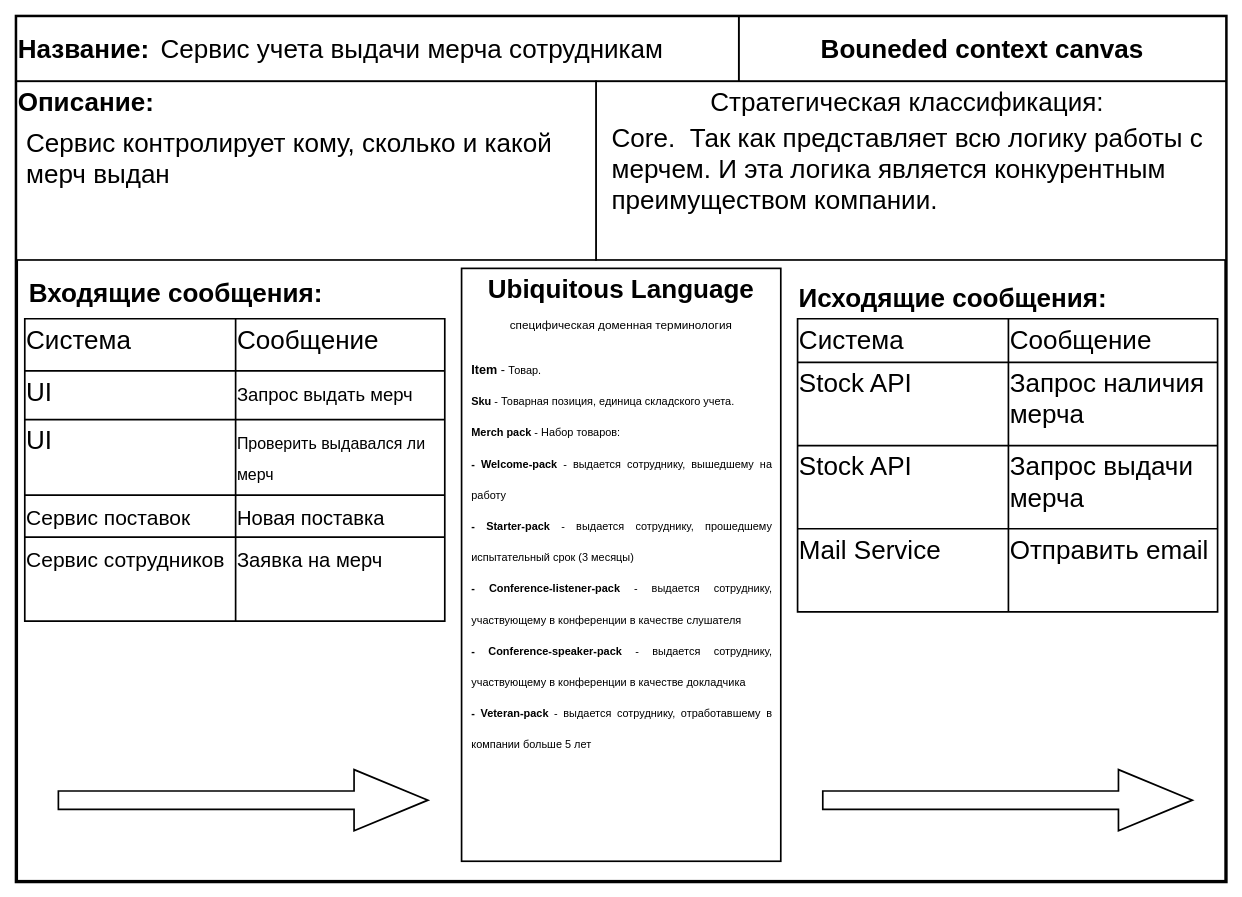
Earlier version of the draw.io diagram canvas.drawio (ozon-edu-csharp-2021/mkaverin). Source tidied: cells renumbered, new cells numbered last; positions are measured from the earlier drawing's top-left corner, leaving out a move shared by most shapes. Both pictures are drawn from the tidied source at 84%, with x=0, y=0 at pixel (16, 16).
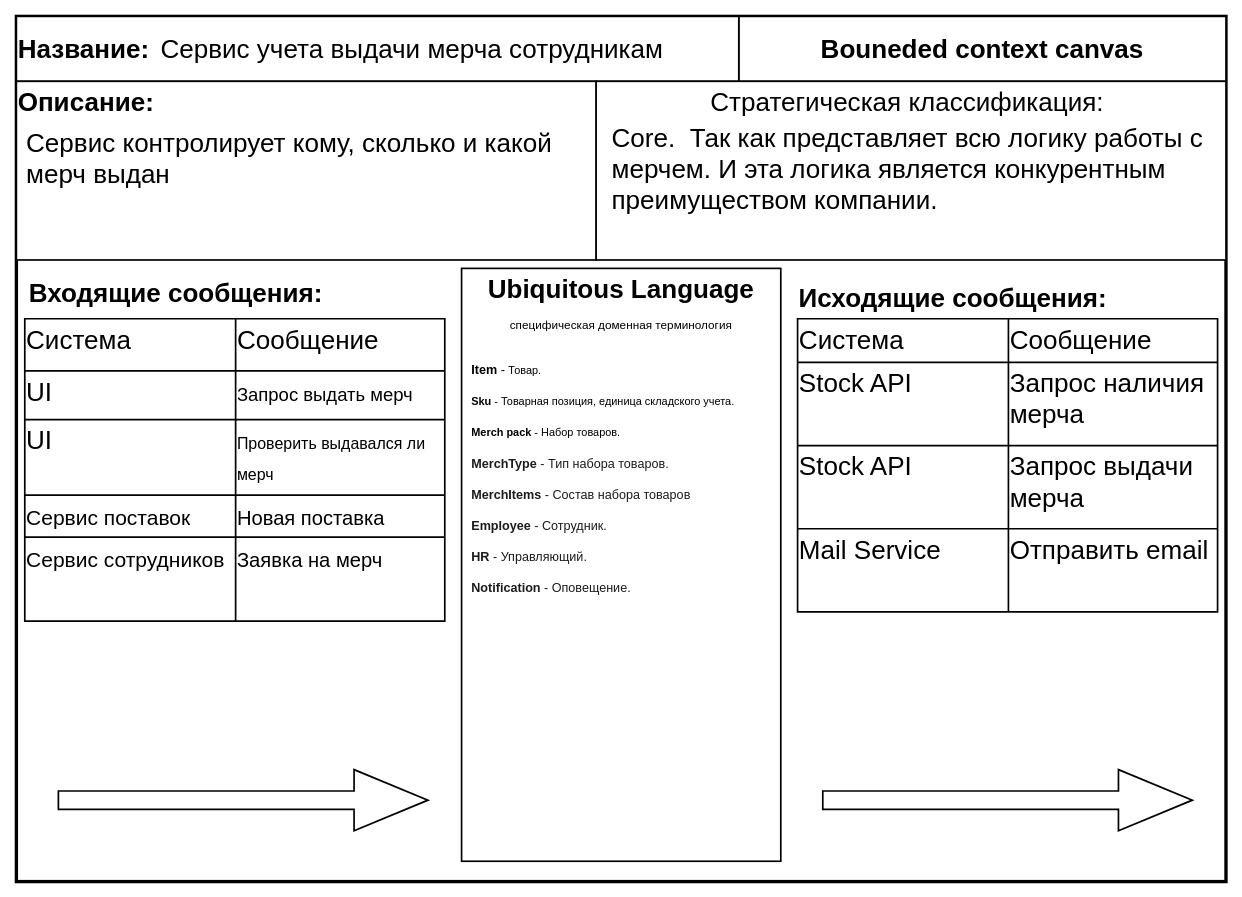
The same page after the edit.

Unchanged cells that the change refers to:
```xml
<mxCell id="2" value="Pfghj" style="group;" parent="1" vertex="1">
  <mxGeometry width="1440" height="1030" as="geometry" />
</mxCell>
```

The edit, as a diff of the source:
```diff
@@
-    <mxCell id="51" value="&lt;div style=&quot;text-align: justify&quot;&gt;&lt;span style=&quot;font-size: 15px&quot;&gt;&lt;b&gt;Item&lt;/b&gt; -&amp;nbsp;&lt;/span&gt;&lt;font style=&quot;font-size: 13px&quot;&gt;Товар.&amp;nbsp;&lt;/font&gt;&lt;/div&gt;&lt;div style=&quot;text-align: justify&quot;&gt;&lt;font style=&quot;font-size: 13px&quot;&gt;&lt;b&gt;Sku &lt;/b&gt;-&amp;nbsp;&lt;/font&gt;&lt;span style=&quot;font-size: 13px&quot;&gt;Товарная позиция, единица складского учета.&amp;nbsp;&lt;/span&gt;&lt;/div&gt;&lt;div style=&quot;text-align: justify&quot;&gt;&lt;span style=&quot;font-size: 13px&quot;&gt;&lt;b&gt;Merch pack &lt;/b&gt;- Набор товаров:&amp;nbsp;&lt;/span&gt;&lt;/div&gt;&lt;div style=&quot;text-align: justify&quot;&gt;&lt;span style=&quot;font-size: 13px&quot;&gt;&lt;b&gt;- Welcome-pack&lt;/b&gt; - выдается сотруднику, вышедшему на работу&amp;nbsp;&lt;/span&gt;&lt;br&gt;&lt;span style=&quot;font-size: 13px&quot;&gt;&lt;b&gt;- Starter-pack&lt;/b&gt; - выдается сотруднику, прошедшему испытательный срок (3 месяцы)&amp;nbsp;&lt;/span&gt;&lt;br&gt;&lt;span style=&quot;font-size: 13px&quot;&gt;&lt;b&gt;- Conference-listener-pack&lt;/b&gt; - выдается сотруднику, участвующему в конференции в качестве слушателя&amp;nbsp;&lt;/span&gt;&lt;br&gt;&lt;span style=&quot;font-size: 13px&quot;&gt;&lt;b&gt;- Conference-speaker-pack&lt;/b&gt; - выдается сотруднику, участвующему в конференции в качестве докладчика&amp;nbsp;&lt;/span&gt;&lt;/div&gt;&lt;div style=&quot;text-align: justify&quot;&gt;&lt;span style=&quot;font-size: 13px&quot;&gt;&lt;b&gt;- Veteran-pack &lt;/b&gt;- выдается сотруднику, отработавшему в компании больше 5 лет&lt;/span&gt;&lt;br&gt;&lt;/div&gt;" style="text;html=1;strokeColor=none;fillColor=none;align=left;verticalAlign=top;whiteSpace=wrap;rounded=0;shadow=0;glass=0;sketch=0;fontSize=31;" parent="2" vertex="1">
+    <mxCell id="51" value="&lt;div style=&quot;text-align: justify&quot;&gt;&lt;span style=&quot;font-size: 15px&quot;&gt;&lt;b&gt;Item&lt;/b&gt; -&amp;nbsp;&lt;/span&gt;&lt;font style=&quot;font-size: 13px&quot;&gt;Товар.&amp;nbsp;&lt;/font&gt;&lt;/div&gt;&lt;div style=&quot;text-align: justify&quot;&gt;&lt;font style=&quot;font-size: 13px&quot;&gt;&lt;b&gt;Sku &lt;/b&gt;-&amp;nbsp;&lt;/font&gt;&lt;span style=&quot;font-size: 13px&quot;&gt;Товарная позиция, единица складского учета.&amp;nbsp;&lt;/span&gt;&lt;/div&gt;&lt;div style=&quot;text-align: justify&quot;&gt;&lt;span style=&quot;font-size: 13px&quot;&gt;&lt;b&gt;Merch pack &lt;/b&gt;- Набор товаров.&lt;/span&gt;&lt;/div&gt;&lt;div style=&quot;text-align: left&quot;&gt;&lt;font color=&quot;#1d1c1d&quot; face=&quot;Slack-Lato, appleLogo, sans-serif&quot;&gt;&lt;span style=&quot;font-size: 15px&quot;&gt;&lt;b&gt;MerchType&lt;/b&gt; - Тип набора товаров.&lt;/span&gt;&lt;/font&gt;&lt;/div&gt;&lt;font color=&quot;#1d1c1d&quot; face=&quot;Slack-Lato, appleLogo, sans-serif&quot;&gt;&lt;span style=&quot;font-size: 15px&quot;&gt;&lt;b&gt;MerchItems&lt;/b&gt;&amp;nbsp;- Состав набора товаров&lt;/span&gt;&lt;br&gt;&lt;/font&gt;&lt;div style=&quot;text-align: left&quot;&gt;&lt;font color=&quot;#1d1c1d&quot; face=&quot;Slack-Lato, appleLogo, sans-serif&quot;&gt;&lt;span style=&quot;font-size: 15px&quot;&gt;&lt;b&gt;Employee&lt;/b&gt; - Сотрудник.&amp;nbsp;&lt;/span&gt;&lt;/font&gt;&lt;/div&gt;&lt;div style=&quot;text-align: left&quot;&gt;&lt;font color=&quot;#1d1c1d&quot; face=&quot;Slack-Lato, appleLogo, sans-serif&quot;&gt;&lt;span style=&quot;font-size: 15px&quot;&gt;&lt;b&gt;HR&lt;/b&gt; - Управляющий.&lt;/span&gt;&lt;/font&gt;&lt;/div&gt;&lt;div style=&quot;text-align: left&quot;&gt;&lt;font color=&quot;#1d1c1d&quot; face=&quot;Slack-Lato, appleLogo, sans-serif&quot;&gt;&lt;span style=&quot;font-size: 15px&quot;&gt;&lt;b&gt;Notification&lt;/b&gt; - Оповещение.&lt;/span&gt;&lt;/font&gt;&lt;br&gt;&lt;/div&gt;&lt;div style=&quot;text-align: justify&quot;&gt;&lt;span style=&quot;font-size: 13px&quot;&gt;&lt;br&gt;&lt;/span&gt;&lt;/div&gt;" style="text;html=1;strokeColor=none;fillColor=none;align=left;verticalAlign=top;whiteSpace=wrap;rounded=0;shadow=0;glass=0;sketch=0;fontSize=31;" parent="2" vertex="1">
       <mxGeometry x="540" y="390" width="360" height="600" as="geometry" />
     </mxCell>
```
